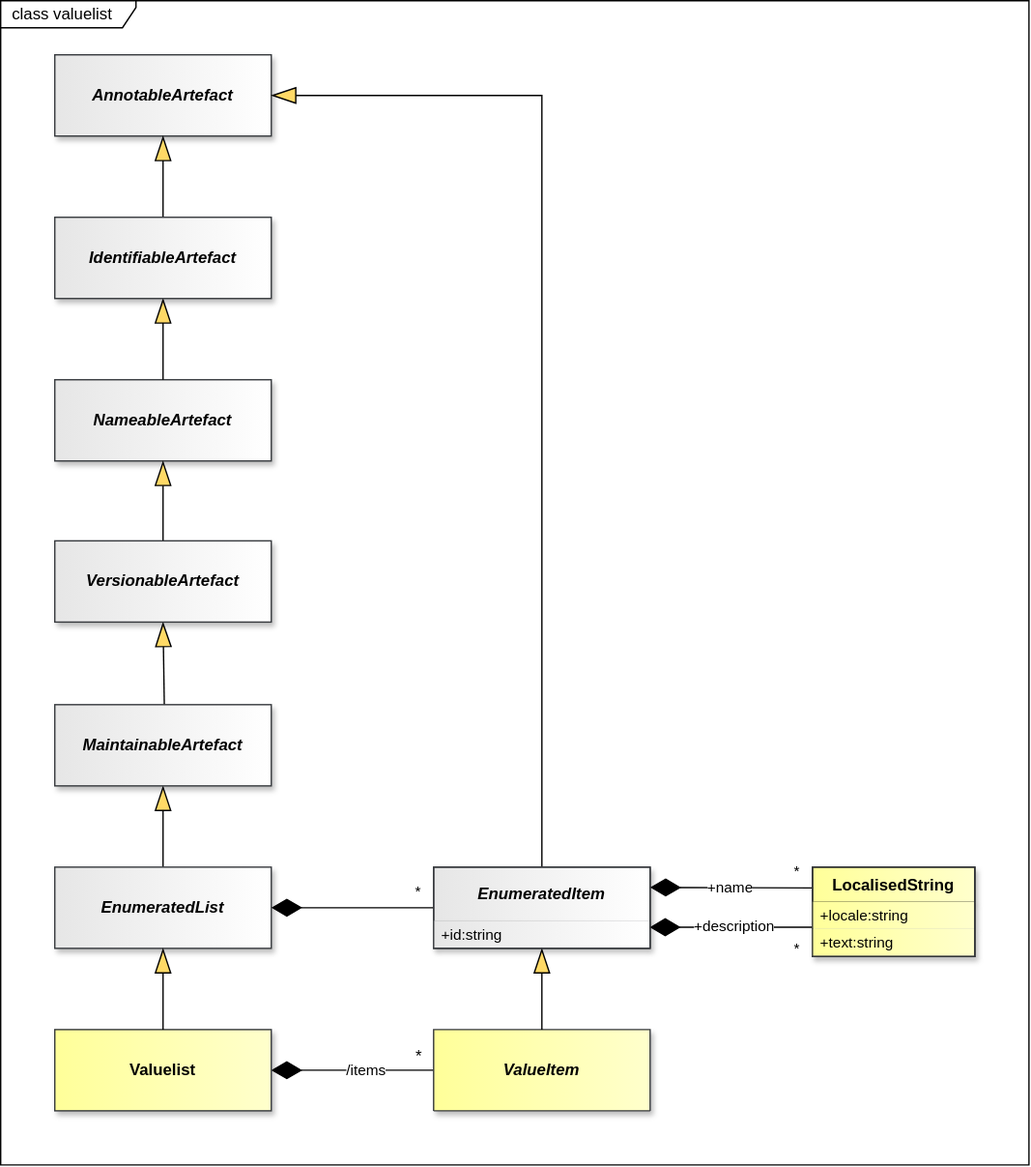
Above: docs/information_model/media/sdmx_codelist-valuelist.svg in sdmx-twg/sdmx-im (draw.io), before the change. Source tidied: cells renumbered, new cells last; positions are measured from the earlier drawing's top-left corner, leaving out a move shared by most shapes.
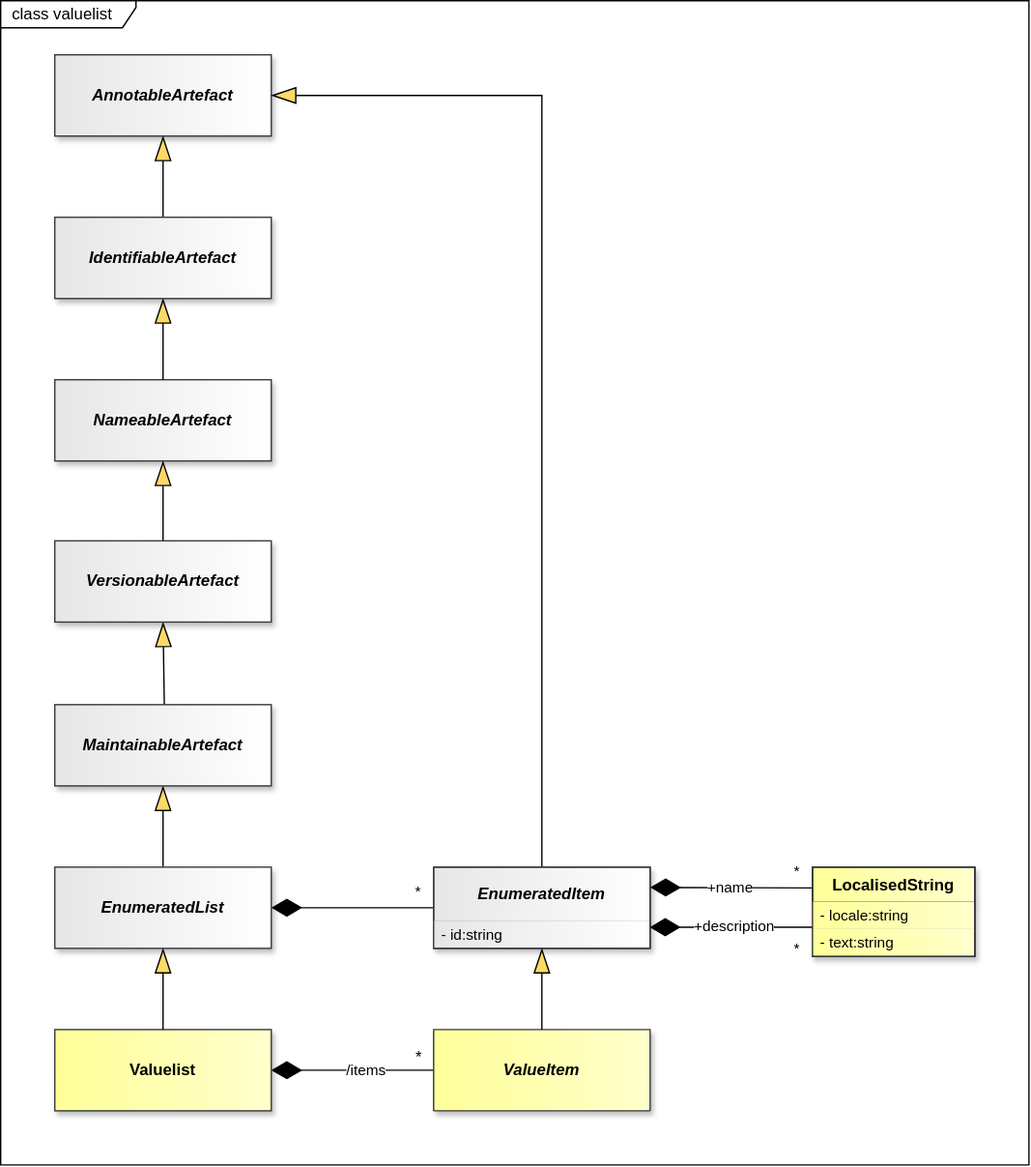
The same file after the commit.

Diff of the diagram source:
```diff
@@ -112,7 +112,7 @@
     <mxCell id="37" value="EnumeratedItem" style="swimlane;fontStyle=3;align=center;verticalAlign=middle;horizontal=1;startSize=40;whiteSpace=wrap;html=1;strokeColor=#36393d;fontFamily=Helvetica;fontSize=12;fillColor=light-dark(#E6E6E6,#E6E6E6);gradientDirection=east;gradientColor=light-dark(#FFFFFF,#FFFFFF);fontColor=light-dark(#000000,#000000);shadow=1;" parent="1" vertex="1">
       <mxGeometry x="320" y="640" width="160" height="60" as="geometry" />
     </mxCell>
-    <mxCell id="38" value="+id:string" style="text;strokeColor=none;fillColor=light-dark(#E6E6E6,#E6E6E6);align=left;verticalAlign=middle;spacingLeft=4;spacingRight=4;overflow=hidden;points=[[0,0.5],[1,0.5]];portConstraint=eastwest;whiteSpace=wrap;html=1;fontFamily=Helvetica;fontSize=11;fontColor=light-dark(#000000,#000000);fontStyle=0;gradientColor=light-dark(#FFFFFF,#FFFFFF);gradientDirection=east;shadow=1;" parent="37" vertex="1">
+    <mxCell id="38" value="- id:string" style="text;strokeColor=none;fillColor=light-dark(#E6E6E6,#E6E6E6);align=left;verticalAlign=middle;spacingLeft=4;spacingRight=4;overflow=hidden;points=[[0,0.5],[1,0.5]];portConstraint=eastwest;whiteSpace=wrap;html=1;fontFamily=Helvetica;fontSize=11;fontColor=light-dark(#000000,#000000);fontStyle=0;gradientColor=light-dark(#FFFFFF,#FFFFFF);gradientDirection=east;shadow=1;" parent="37" vertex="1">
       <mxGeometry y="40" width="160" height="20" as="geometry" />
     </mxCell>
     <mxCell id="39" style="endArrow=none;html=1;endSize=12;startArrow=diamondThin;startSize=20;startFill=1;edgeStyle=orthogonalEdgeStyle;rounded=0;exitX=1;exitY=0.5;exitDx=0;exitDy=0;endFill=0;strokeColor=light-dark(#000000,#FFFFFF);fontColor=light-dark(#000000,#FFFFFF);labelBackgroundColor=none;entryX=0;entryY=0.5;entryDx=0;entryDy=0;" parent="1" edge="1" source="36" target="37">
@@ -152,10 +152,10 @@
     <mxCell id="47" value="LocalisedString" style="swimlane;fontStyle=1;align=center;verticalAlign=top;horizontal=1;startSize=26;whiteSpace=wrap;html=1;fillColor=light-dark(#FFFF99,#FFFF99);strokeColor=light-dark(#000000,#000000);gradientDirection=east;swimlaneLine=1;fontColor=light-dark(#000000,#000000);labelBackgroundColor=none;textShadow=0;gradientColor=light-dark(#FFFFCC,#FFFFCC);shadow=1;" parent="1" vertex="1">
       <mxGeometry x="600" y="640" width="120" height="66" as="geometry" />
     </mxCell>
-    <mxCell id="48" value="+locale:string" style="text;strokeColor=none;fillColor=light-dark(#FFFF99,#FFFF99);align=left;verticalAlign=middle;spacingLeft=4;spacingRight=4;overflow=hidden;whiteSpace=wrap;html=1;fontSize=11;gradientColor=light-dark(#FFFFCC,#FFFFCC);gradientDirection=east;fontColor=light-dark(#000000,#000000);strokeWidth=0;shadow=1;" parent="47" vertex="1">
+    <mxCell id="48" value="- locale:string" style="text;strokeColor=none;fillColor=light-dark(#FFFF99,#FFFF99);align=left;verticalAlign=middle;spacingLeft=4;spacingRight=4;overflow=hidden;whiteSpace=wrap;html=1;fontSize=11;gradientColor=light-dark(#FFFFCC,#FFFFCC);gradientDirection=east;fontColor=light-dark(#000000,#000000);strokeWidth=0;shadow=1;" parent="47" vertex="1">
       <mxGeometry y="26" width="120" height="20" as="geometry" />
     </mxCell>
-    <mxCell id="49" value="+text:string" style="text;strokeColor=none;fillColor=light-dark(#FFFF99,#FFFF99);align=left;verticalAlign=middle;spacingLeft=4;spacingRight=4;overflow=hidden;whiteSpace=wrap;html=1;fontSize=11;gradientColor=light-dark(#FFFFCC,#FFFFCC);gradientDirection=east;fontColor=light-dark(#000000,#000000);strokeWidth=0;shadow=1;" parent="47" vertex="1">
+    <mxCell id="49" value="- text:string" style="text;strokeColor=none;fillColor=light-dark(#FFFF99,#FFFF99);align=left;verticalAlign=middle;spacingLeft=4;spacingRight=4;overflow=hidden;whiteSpace=wrap;html=1;fontSize=11;gradientColor=light-dark(#FFFFCC,#FFFFCC);gradientDirection=east;fontColor=light-dark(#000000,#000000);strokeWidth=0;shadow=1;" parent="47" vertex="1">
       <mxGeometry y="46" width="120" height="20" as="geometry" />
     </mxCell>
     <mxCell id="50" value="&lt;font style=&quot;color: light-dark(rgb(0, 0, 0), rgb(255, 255, 255)); background-color: light-dark(rgb(255, 255, 255), rgb(0, 0, 0));&quot;&gt;+name&lt;/font&gt;" style="endArrow=none;html=1;endSize=12;startArrow=diamondThin;startSize=20;startFill=1;rounded=0;exitX=1;exitY=0.25;exitDx=0;exitDy=0;endFill=0;strokeColor=light-dark(#000000,#FFFFFF);fontColor=light-dark(#000000,#FFFFFF);labelBackgroundColor=none;entryX=-0.001;entryY=0.233;entryDx=0;entryDy=0;entryPerimeter=0;" parent="1" edge="1" source="37" target="47">
```
